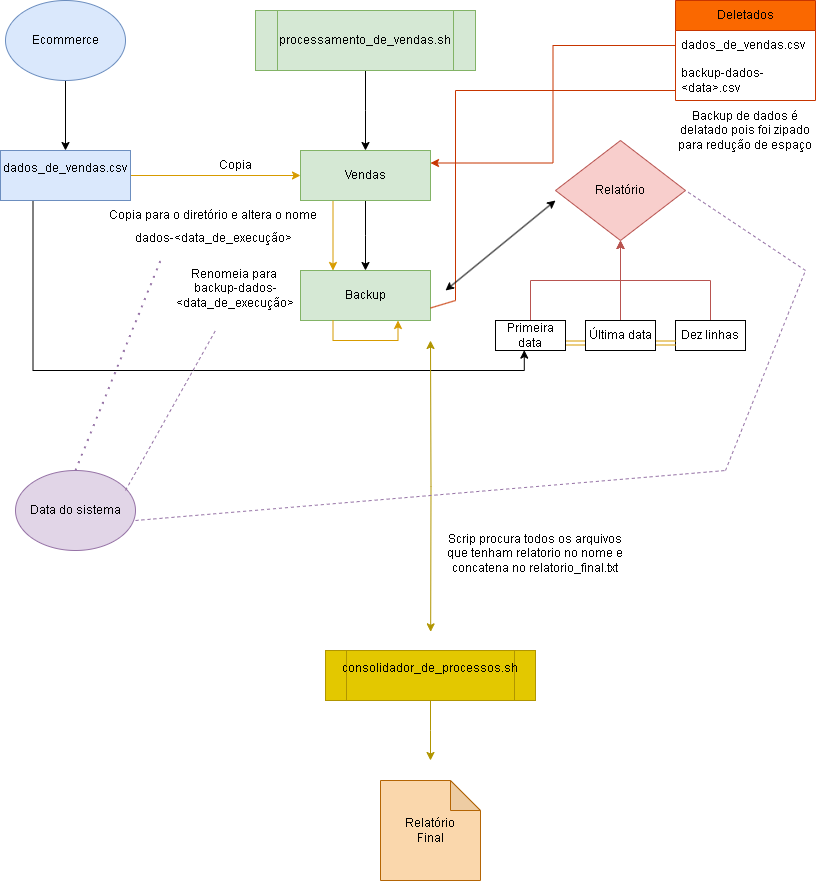
Above: Assets/ProcessamentoDeVendas.drawio.png in PedroIsse/Programa-De-Bolsas-Compass (draw.io), before the change. Source tidied: cells renumbered, new cells last; positions are measured from the earlier drawing's top-left corner, leaving out a move shared by most shapes.
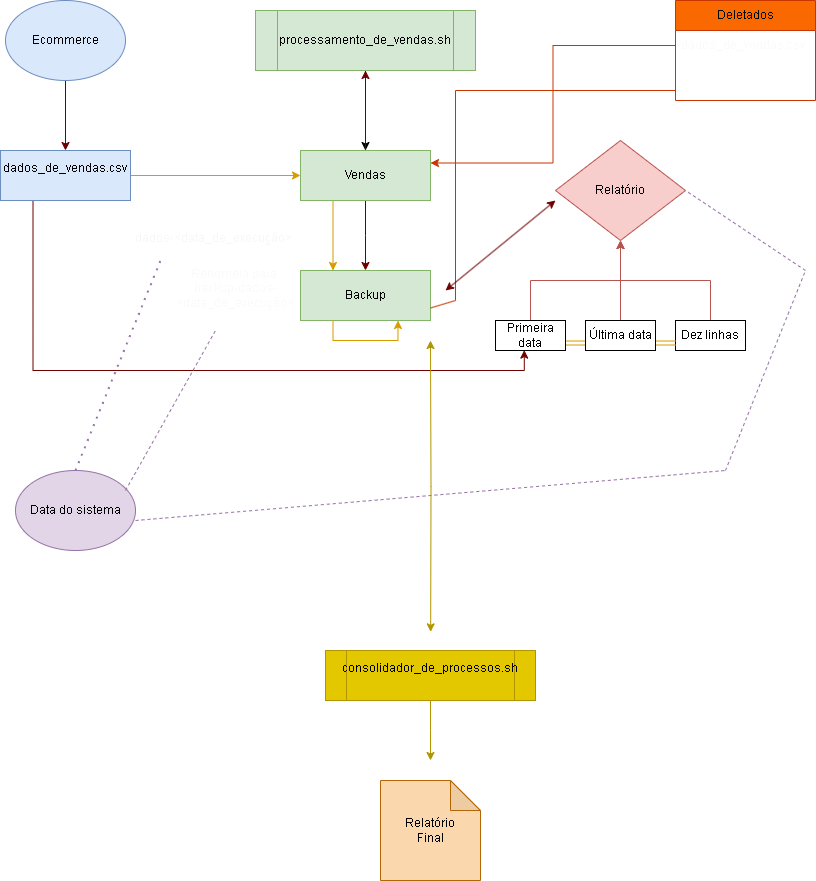
Later version of the same file.

Commit message:
README do Desafio Aqui explico como funciona a estrutura do desafio, mostro os dois códigos fontes (comentados) e suas principais funções

The edit, as a diff of the source:
```diff
@@ -2,7 +2,7 @@
   <root>
     <mxCell id="0" />
     <mxCell id="1" parent="0" />
-    <mxCell id="2" style="edgeStyle=orthogonalEdgeStyle;rounded=0;jettySize=auto;html=1;" parent="1" edge="1" source="3" target="6">
+    <mxCell id="2" style="edgeStyle=orthogonalEdgeStyle;rounded=0;jettySize=auto;html=1;labelBackgroundColor=#000000;fontColor=#B405FF;fillColor=#a20025;strokeColor=#6F0000;" parent="1" edge="1" source="3" target="6">
       <mxGeometry relative="1" as="geometry" />
     </mxCell>
     <mxCell id="3" value="Ecommerce" style="ellipse;whiteSpace=wrap;html=1;fillColor=#dae8fc;strokeColor=#6c8ebf;" parent="1" vertex="1">
@@ -11,13 +11,13 @@
     <mxCell id="4" style="edgeStyle=orthogonalEdgeStyle;rounded=0;jettySize=auto;html=1;entryX=0;entryY=0.5;entryDx=0;entryDy=0;fillColor=#ffe6cc;strokeColor=#d79b00;" parent="1" edge="1" source="6" target="11">
       <mxGeometry relative="1" as="geometry" />
     </mxCell>
-    <mxCell id="5" style="edgeStyle=orthogonalEdgeStyle;rounded=0;jettySize=auto;html=1;exitX=0.25;exitY=1;exitDx=0;exitDy=0;entryX=0.411;entryY=0.987;entryDx=0;entryDy=0;entryPerimeter=0;" parent="1" edge="1" source="6" target="22">
+    <mxCell id="5" style="edgeStyle=orthogonalEdgeStyle;rounded=0;jettySize=auto;html=1;exitX=0.25;exitY=1;exitDx=0;exitDy=0;entryX=0.411;entryY=0.987;entryDx=0;entryDy=0;entryPerimeter=0;fontColor=#FAFAFA;labelBackgroundColor=#121212;fillColor=#a20025;strokeColor=#6F0000;" parent="1" edge="1" source="6" target="22">
       <mxGeometry relative="1" as="geometry" />
     </mxCell>
     <mxCell id="6" value="dados_de_vendas.csv&lt;div&gt;&lt;br&gt;&lt;/div&gt;" style="rounded=0;whiteSpace=wrap;html=1;fillColor=#dae8fc;strokeColor=#6c8ebf;" parent="1" vertex="1">
       <mxGeometry y="150" width="130" height="50" as="geometry" />
     </mxCell>
-    <mxCell id="7" style="edgeStyle=orthogonalEdgeStyle;rounded=0;jettySize=auto;html=1;" parent="1" edge="1" source="8">
+    <mxCell id="7" style="edgeStyle=orthogonalEdgeStyle;rounded=0;jettySize=auto;html=1;fontColor=#FAFAFA;" parent="1" edge="1" source="8">
       <mxGeometry relative="1" as="geometry">
         <mxPoint x="365" y="150" as="targetPoint" />
       </mxGeometry>
@@ -25,7 +25,7 @@
     <mxCell id="8" value="processamento_de_vendas&lt;span style=&quot;background-color: initial;&quot;&gt;.sh&lt;/span&gt;" style="shape=process;whiteSpace=wrap;html=1;backgroundOutline=1;fillColor=#d5e8d4;strokeColor=#82b366;" parent="1" vertex="1">
       <mxGeometry x="255" y="10" width="220" height="60" as="geometry" />
     </mxCell>
-    <mxCell id="9" style="edgeStyle=orthogonalEdgeStyle;rounded=0;jettySize=auto;html=1;" parent="1" edge="1" source="11">
+    <mxCell id="9" style="edgeStyle=orthogonalEdgeStyle;rounded=0;jettySize=auto;html=1;fontColor=#FCFCFC;textShadow=1;labelBackgroundColor=#030303;fillColor=#a20025;strokeColor=#6F0000;" parent="1" edge="1" source="11">
       <mxGeometry relative="1" as="geometry">
         <mxPoint x="365" y="270" as="targetPoint" />
       </mxGeometry>
@@ -33,6 +33,9 @@
     <mxCell id="10" style="edgeStyle=orthogonalEdgeStyle;rounded=0;jettySize=auto;html=1;exitX=0.25;exitY=1;exitDx=0;exitDy=0;entryX=0.25;entryY=0;entryDx=0;entryDy=0;fillColor=#ffe6cc;strokeColor=#d79b00;" parent="1" edge="1" source="11" target="13">
       <mxGeometry relative="1" as="geometry" />
     </mxCell>
+    <mxCell id="47" style="edgeStyle=orthogonalEdgeStyle;rounded=0;jettySize=auto;html=1;labelBackgroundColor=#000000;fontColor=#F0F0F0;fillColor=#a20025;strokeColor=#6F0000;" parent="1" edge="1" source="11" target="8">
+      <mxGeometry relative="1" as="geometry" />
+    </mxCell>
     <mxCell id="11" value="Vendas" style="rounded=0;whiteSpace=wrap;html=1;fillColor=#d5e8d4;strokeColor=#82b366;" parent="1" vertex="1">
       <mxGeometry x="300" y="150" width="130" height="50" as="geometry" />
     </mxCell>
@@ -53,16 +56,16 @@
         </Array>
       </mxGeometry>
     </mxCell>
-    <mxCell id="15" value="Copia" style="text;html=1;align=center;verticalAlign=middle;whiteSpace=wrap;rounded=0;" parent="1" vertex="1">
+    <mxCell id="15" value="Copia" style="text;html=1;align=center;verticalAlign=middle;whiteSpace=wrap;rounded=0;fontColor=#FFFFFF;" parent="1" vertex="1">
       <mxGeometry x="205" y="150" width="60" height="30" as="geometry" />
     </mxCell>
-    <mxCell id="16" value="Copia para o diretório e altera o nome" style="text;html=1;align=center;verticalAlign=middle;whiteSpace=wrap;rounded=0;" parent="1" vertex="1">
+    <mxCell id="16" value="Copia para o diretório e altera o nome" style="text;html=1;align=center;verticalAlign=middle;whiteSpace=wrap;rounded=0;fontColor=#FFFFFF;" parent="1" vertex="1">
       <mxGeometry x="90" y="200" width="245" height="30" as="geometry" />
     </mxCell>
-    <mxCell id="17" value="dados-&amp;lt;data_de_execução&amp;gt;&lt;div&gt;&lt;br&gt;&lt;/div&gt;" style="text;html=1;align=center;verticalAlign=middle;whiteSpace=wrap;rounded=0;" parent="1" vertex="1">
+    <mxCell id="17" value="dados-&amp;lt;data_de_execução&amp;gt;&lt;div&gt;&lt;br&gt;&lt;/div&gt;" style="text;html=1;align=center;verticalAlign=middle;whiteSpace=wrap;rounded=0;fontColor=#F7F7F7;" parent="1" vertex="1">
       <mxGeometry x="107.5" y="230" width="210" height="30" as="geometry" />
     </mxCell>
-    <mxCell id="18" value="Renomeia para&amp;nbsp; backup-dados-&amp;lt;data_de_execução&amp;gt;&lt;div&gt;&lt;br&gt;&lt;/div&gt;" style="text;html=1;align=center;verticalAlign=middle;whiteSpace=wrap;rounded=0;" parent="1" vertex="1">
+    <mxCell id="18" value="Renomeia para&amp;nbsp; backup-dados-&amp;lt;data_de_execução&amp;gt;&lt;div&gt;&lt;br&gt;&lt;/div&gt;" style="text;html=1;align=center;verticalAlign=middle;whiteSpace=wrap;rounded=0;fontColor=#FAFAFA;" parent="1" vertex="1">
       <mxGeometry x="205" y="280" width="60" height="30" as="geometry" />
     </mxCell>
     <mxCell id="19" value="Relatório" style="rhombus;whiteSpace=wrap;html=1;fillColor=#f8cecc;strokeColor=#b85450;" parent="1" vertex="1">
@@ -74,13 +77,13 @@
     <mxCell id="21" style="edgeStyle=orthogonalEdgeStyle;rounded=0;jettySize=auto;html=1;entryX=0.5;entryY=1;entryDx=0;entryDy=0;fillColor=#f8cecc;strokeColor=#b85450;" parent="1" edge="1" source="22" target="19">
       <mxGeometry relative="1" as="geometry" />
     </mxCell>
-    <mxCell id="22" value="Primeira data" style="rounded=0;whiteSpace=wrap;html=1;" parent="1" vertex="1">
+    <mxCell id="22" value="Primeira data" style="rounded=0;whiteSpace=wrap;html=1;fontColor=#030303;labelBackgroundColor=none;" parent="1" vertex="1">
       <mxGeometry x="495" y="320" width="70" height="30" as="geometry" />
     </mxCell>
     <mxCell id="23" style="edgeStyle=orthogonalEdgeStyle;rounded=0;jettySize=auto;html=1;entryX=0.5;entryY=1;entryDx=0;entryDy=0;fillColor=#f8cecc;strokeColor=#b85450;" parent="1" edge="1" source="24" target="19">
       <mxGeometry relative="1" as="geometry" />
     </mxCell>
-    <mxCell id="24" value="Dez linhas" style="rounded=0;whiteSpace=wrap;html=1;" parent="1" vertex="1">
+    <mxCell id="24" value="Dez linhas" style="rounded=0;whiteSpace=wrap;html=1;fontColor=#000000;" parent="1" vertex="1">
       <mxGeometry x="675" y="320" width="70" height="30" as="geometry" />
     </mxCell>
     <mxCell id="25" style="edgeStyle=orthogonalEdgeStyle;rounded=0;jettySize=auto;html=1;exitX=1;exitY=0.75;exitDx=0;exitDy=0;entryX=0;entryY=0.75;entryDx=0;entryDy=0;shape=link;fillColor=#ffe6cc;strokeColor=#d79b00;" parent="1" edge="1" source="27" target="24">
@@ -89,7 +92,7 @@
     <mxCell id="26" style="edgeStyle=orthogonalEdgeStyle;rounded=0;jettySize=auto;html=1;entryX=0.5;entryY=1;entryDx=0;entryDy=0;fillColor=#f8cecc;strokeColor=#b85450;" parent="1" edge="1" source="27" target="19">
       <mxGeometry relative="1" as="geometry" />
     </mxCell>
-    <mxCell id="27" value="Última data" style="rounded=0;whiteSpace=wrap;html=1;" parent="1" vertex="1">
+    <mxCell id="27" value="Última data" style="rounded=0;whiteSpace=wrap;html=1;fontColor=#000000;" parent="1" vertex="1">
       <mxGeometry x="585" y="320" width="70" height="30" as="geometry" />
     </mxCell>
     <mxCell id="28" value="Data do sistema" style="ellipse;whiteSpace=wrap;html=1;fillColor=#e1d5e7;strokeColor=#9673a6;" parent="1" vertex="1">
@@ -118,13 +121,13 @@
         <mxPoint x="805" y="270" as="sourcePoint" />
       </mxGeometry>
     </mxCell>
-    <mxCell id="33" value="Deletados" style="swimlane;fontStyle=0;horizontal=1;startSize=30;whiteSpace=wrap;html=1;fillColor=#fa6800;strokeColor=#C73500;fontColor=#000000;" parent="1" vertex="1">
+    <mxCell id="33" value="Deletados" style="swimlane;fontStyle=0;horizontal=1;startSize=30;whiteSpace=wrap;html=1;fillColor=#fa6800;strokeColor=#C73500;fontColor=#050505;" parent="1" vertex="1">
       <mxGeometry x="675" width="140" height="100" as="geometry" />
     </mxCell>
-    <mxCell id="34" value="dados_de_vendas.csv" style="text;strokeColor=none;fillColor=none;align=left;verticalAlign=middle;spacingLeft=4;spacingRight=4;overflow=hidden;points=[[0,0.5],[1,0.5]];portConstraint=eastwest;whiteSpace=wrap;html=1;" parent="33" vertex="1">
+    <mxCell id="34" value="dados_de_vendas.csv" style="text;strokeColor=none;fillColor=none;align=left;verticalAlign=middle;spacingLeft=4;spacingRight=4;overflow=hidden;points=[[0,0.5],[1,0.5]];portConstraint=eastwest;whiteSpace=wrap;html=1;fontColor=#FAFAFA;" parent="33" vertex="1">
       <mxGeometry y="30" width="140" height="30" as="geometry" />
     </mxCell>
-    <mxCell id="35" value="backup-dados-&amp;lt;data&amp;gt;.csv" style="text;strokeColor=none;fillColor=none;align=left;verticalAlign=middle;spacingLeft=4;spacingRight=4;overflow=hidden;whiteSpace=wrap;html=1;" parent="33" vertex="1">
+    <mxCell id="35" value="backup-dados-&amp;lt;data&amp;gt;.csv" style="text;strokeColor=none;fillColor=none;align=left;verticalAlign=middle;spacingLeft=4;spacingRight=4;overflow=hidden;whiteSpace=wrap;html=1;fontColor=#FFFFFF;" parent="33" vertex="1">
       <mxGeometry y="60" width="140" height="40" as="geometry" />
     </mxCell>
     <mxCell id="36" style="edgeStyle=orthogonalEdgeStyle;rounded=0;jettySize=auto;html=1;exitX=0;exitY=0.5;exitDx=0;exitDy=0;entryX=1;entryY=0.25;entryDx=0;entryDy=0;fillColor=#fa6800;strokeColor=#C73500;" parent="1" edge="1" source="34" target="11">
@@ -147,10 +150,10 @@
         <mxPoint x="455" y="300" as="targetPoint" />
       </mxGeometry>
     </mxCell>
-    <mxCell id="40" value="Backup de dados é delatado pois foi zipado para redução de espaço" style="text;html=1;align=center;verticalAlign=middle;whiteSpace=wrap;rounded=0;" parent="1" vertex="1">
+    <mxCell id="40" value="Backup de dados é delatado pois foi zipado para redução de espaço" style="text;html=1;align=center;verticalAlign=middle;whiteSpace=wrap;rounded=0;fontColor=#FFFFFF;" parent="1" vertex="1">
       <mxGeometry x="675" y="100" width="140" height="60" as="geometry" />
     </mxCell>
-    <mxCell id="41" style="endArrow=classic;startArrow=classic;html=1;rounded=0;" parent="1" edge="1">
+    <mxCell id="41" style="endArrow=classic;startArrow=classic;html=1;rounded=0;fontColor=#FFFFFF;labelBackgroundColor=#050505;fillColor=#a20025;strokeColor=#6F0000;" parent="1" edge="1">
       <mxGeometry relative="1" as="geometry">
         <mxPoint x="445" y="290" as="sourcePoint" />
         <mxPoint x="555" y="200" as="targetPoint" />
@@ -170,7 +173,7 @@
         <mxPoint x="430" y="760" as="targetPoint" />
       </mxGeometry>
     </mxCell>
-    <mxCell id="46" value="Scrip procura todos os arquivos que tenham relatorio no nome e concatena no relatorio_final.txt&lt;div&gt;&lt;br&gt;&lt;/div&gt;" style="text;html=1;align=center;verticalAlign=middle;whiteSpace=wrap;rounded=0;" parent="1" vertex="1">
+    <mxCell id="46" value="Scrip procura todos os arquivos que tenham relatorio no nome e concatena no relatorio_final.txt&lt;div&gt;&lt;br&gt;&lt;/div&gt;" style="text;html=1;align=center;verticalAlign=middle;whiteSpace=wrap;rounded=0;fontColor=#FFFFFF;" parent="1" vertex="1">
       <mxGeometry x="445" y="545" width="180" height="30" as="geometry" />
     </mxCell>
   </root>
```
